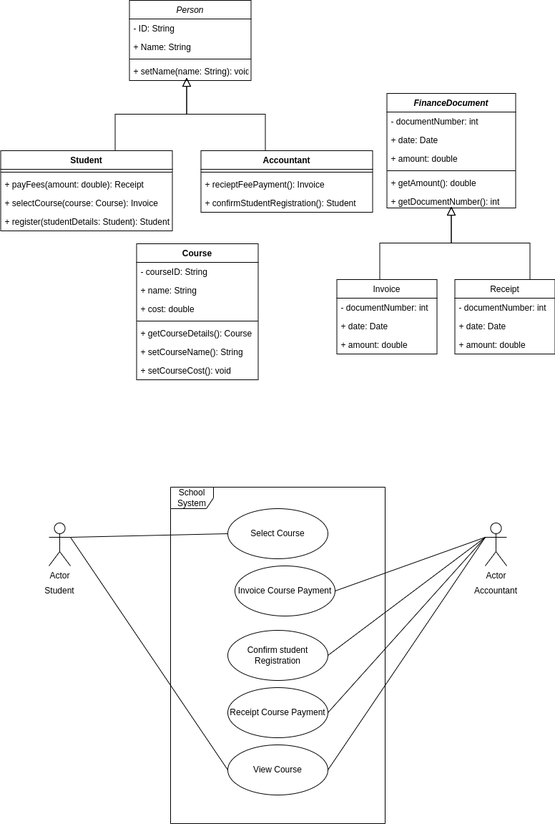
clive-cudi/mighty-recruiter-master keeps this draw.io diagram as mighty-recruiter-master/mighty-recruiter-clone/src/assets/images/CSC210_assign_2.drawio.png. Above is the earlier version. Source tidied: cells renumbered, new cells last; positions are measured from the earlier drawing's top-left corner, leaving out a move shared by most shapes.
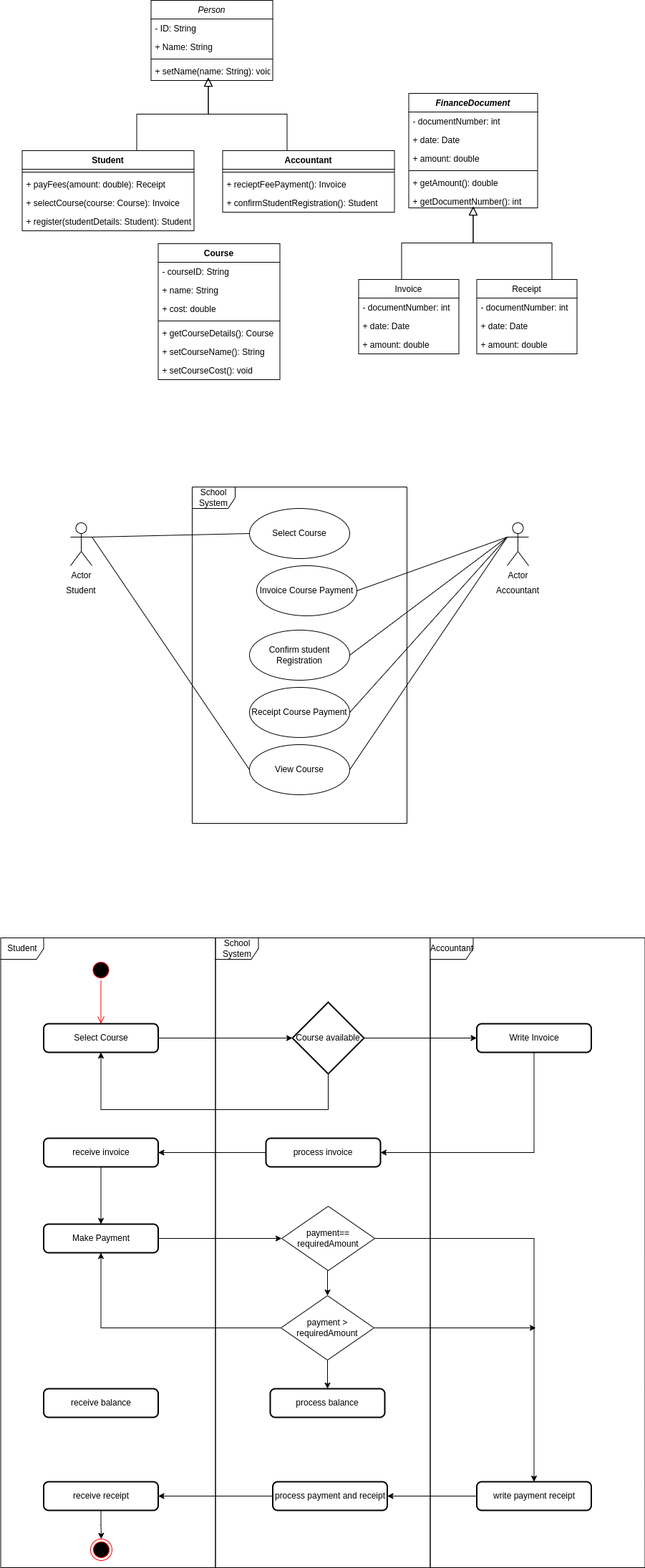
The same diagram one commit later.

Commit message:
Update CSC210_assign_2.drawio.png_activity_diagram

The edit, as a diff of the source:
```diff
@@ -185,5 +185,116 @@
         <mxPoint x="630.5" y="288" as="targetPoint" />
       </mxGeometry>
     </mxCell>
+    <mxCell id="59" value="School System" style="shape=umlFrame;whiteSpace=wrap;html=1;" parent="1" vertex="1">
+      <mxGeometry x="270.5" y="1310" width="300" height="880" as="geometry" />
+    </mxCell>
+    <mxCell id="60" value="Student" style="shape=umlFrame;whiteSpace=wrap;html=1;" parent="1" vertex="1">
+      <mxGeometry x="-29.5" y="1310" width="300" height="880" as="geometry" />
+    </mxCell>
+    <mxCell id="61" value="Accountant" style="shape=umlFrame;whiteSpace=wrap;html=1;" parent="1" vertex="1">
+      <mxGeometry x="570.5" y="1310" width="300" height="880" as="geometry" />
+    </mxCell>
+    <mxCell id="62" style="ellipse;html=1;shape=startState;fillColor=#000000;strokeColor=#ff0000;" parent="1" vertex="1">
+      <mxGeometry x="95.5" y="1340" width="30" height="30" as="geometry" />
+    </mxCell>
+    <mxCell id="63" style="edgeStyle=orthogonalEdgeStyle;html=1;verticalAlign=bottom;endArrow=open;endSize=8;strokeColor=#ff0000;rounded=0;" parent="1" edge="1" source="62">
+      <mxGeometry relative="1" as="geometry">
+        <mxPoint x="110.5" y="1430" as="targetPoint" />
+      </mxGeometry>
+    </mxCell>
+    <mxCell id="64" style="edgeStyle=orthogonalEdgeStyle;rounded=0;jettySize=auto;html=1;exitX=1;exitY=0.5;exitDx=0;exitDy=0;entryX=0;entryY=0.5;entryDx=0;entryDy=0;entryPerimeter=0;" parent="1" edge="1" source="65" target="68">
+      <mxGeometry relative="1" as="geometry" />
+    </mxCell>
+    <mxCell id="65" value="Select Course" style="rounded=1;whiteSpace=wrap;html=1;absoluteArcSize=1;arcSize=14;strokeWidth=2;" parent="1" vertex="1">
+      <mxGeometry x="30.5" y="1430" width="160" height="40" as="geometry" />
+    </mxCell>
+    <mxCell id="66" style="edgeStyle=orthogonalEdgeStyle;rounded=0;jettySize=auto;html=1;exitX=0.5;exitY=1;exitDx=0;exitDy=0;exitPerimeter=0;entryX=0.5;entryY=1;entryDx=0;entryDy=0;" parent="1" edge="1" source="68" target="65">
+      <mxGeometry relative="1" as="geometry">
+        <Array as="points">
+          <mxPoint x="428" y="1550" />
+          <mxPoint x="111" y="1550" />
+        </Array>
+      </mxGeometry>
+    </mxCell>
+    <mxCell id="67" style="edgeStyle=orthogonalEdgeStyle;rounded=0;jettySize=auto;html=1;exitX=1;exitY=0.5;exitDx=0;exitDy=0;exitPerimeter=0;entryX=0;entryY=0.5;entryDx=0;entryDy=0;" parent="1" edge="1" source="68" target="70">
+      <mxGeometry relative="1" as="geometry" />
+    </mxCell>
+    <mxCell id="68" value="Course available" style="strokeWidth=2;html=1;shape=mxgraph.flowchart.decision;whiteSpace=wrap;" parent="1" vertex="1">
+      <mxGeometry x="378" y="1400" width="100" height="100" as="geometry" />
+    </mxCell>
+    <mxCell id="69" style="edgeStyle=orthogonalEdgeStyle;rounded=0;jettySize=auto;html=1;exitX=0.5;exitY=1;exitDx=0;exitDy=0;entryX=1;entryY=0.5;entryDx=0;entryDy=0;" parent="1" edge="1" source="70" target="72">
+      <mxGeometry relative="1" as="geometry" />
+    </mxCell>
+    <mxCell id="70" value="Write Invoice" style="rounded=1;whiteSpace=wrap;html=1;absoluteArcSize=1;arcSize=14;strokeWidth=2;" parent="1" vertex="1">
+      <mxGeometry x="635.5" y="1430" width="160" height="40" as="geometry" />
+    </mxCell>
+    <mxCell id="71" style="edgeStyle=orthogonalEdgeStyle;rounded=0;jettySize=auto;html=1;exitX=0;exitY=0.5;exitDx=0;exitDy=0;entryX=1;entryY=0.5;entryDx=0;entryDy=0;" parent="1" edge="1" source="72" target="74">
+      <mxGeometry relative="1" as="geometry" />
+    </mxCell>
+    <mxCell id="72" value="process invoice" style="rounded=1;whiteSpace=wrap;html=1;absoluteArcSize=1;arcSize=14;strokeWidth=2;" parent="1" vertex="1">
+      <mxGeometry x="341" y="1590" width="160" height="40" as="geometry" />
+    </mxCell>
+    <mxCell id="73" style="edgeStyle=orthogonalEdgeStyle;rounded=0;jettySize=auto;html=1;exitX=0.5;exitY=1;exitDx=0;exitDy=0;entryX=0.5;entryY=0;entryDx=0;entryDy=0;" parent="1" edge="1" source="74" target="76">
+      <mxGeometry relative="1" as="geometry" />
+    </mxCell>
+    <mxCell id="74" value="receive invoice" style="rounded=1;whiteSpace=wrap;html=1;absoluteArcSize=1;arcSize=14;strokeWidth=2;" parent="1" vertex="1">
+      <mxGeometry x="30.5" y="1590" width="160" height="40" as="geometry" />
+    </mxCell>
+    <mxCell id="75" style="edgeStyle=orthogonalEdgeStyle;rounded=0;jettySize=auto;html=1;exitX=1;exitY=0.5;exitDx=0;exitDy=0;entryX=0;entryY=0.5;entryDx=0;entryDy=0;" parent="1" edge="1" source="76" target="80">
+      <mxGeometry relative="1" as="geometry" />
+    </mxCell>
+    <mxCell id="76" value="Make Payment" style="rounded=1;whiteSpace=wrap;html=1;absoluteArcSize=1;arcSize=14;strokeWidth=2;" parent="1" vertex="1">
+      <mxGeometry x="30.5" y="1710" width="160" height="40" as="geometry" />
+    </mxCell>
+    <mxCell id="77" value="process balance" style="rounded=1;whiteSpace=wrap;html=1;absoluteArcSize=1;arcSize=14;strokeWidth=2;" parent="1" vertex="1">
+      <mxGeometry x="347" y="1940" width="160" height="40" as="geometry" />
+    </mxCell>
+    <mxCell id="78" style="edgeStyle=orthogonalEdgeStyle;rounded=0;jettySize=auto;html=1;exitX=0.5;exitY=1;exitDx=0;exitDy=0;entryX=0.5;entryY=0;entryDx=0;entryDy=0;" parent="1" edge="1" source="80" target="84">
+      <mxGeometry relative="1" as="geometry" />
+    </mxCell>
+    <mxCell id="79" style="edgeStyle=orthogonalEdgeStyle;rounded=0;jettySize=auto;html=1;exitX=1;exitY=0.5;exitDx=0;exitDy=0;entryX=0.5;entryY=0;entryDx=0;entryDy=0;" parent="1" edge="1" source="80" target="87">
+      <mxGeometry relative="1" as="geometry" />
+    </mxCell>
+    <mxCell id="80" value="payment== requiredAmount" style="rhombus;whiteSpace=wrap;html=1;" parent="1" vertex="1">
+      <mxGeometry x="363" y="1685" width="130" height="90" as="geometry" />
+    </mxCell>
+    <mxCell id="81" style="edgeStyle=orthogonalEdgeStyle;rounded=0;jettySize=auto;html=1;exitX=0;exitY=0.5;exitDx=0;exitDy=0;entryX=0.5;entryY=1;entryDx=0;entryDy=0;" parent="1" edge="1" source="84" target="76">
+      <mxGeometry relative="1" as="geometry" />
+    </mxCell>
+    <mxCell id="82" style="edgeStyle=orthogonalEdgeStyle;rounded=0;jettySize=auto;html=1;exitX=0.5;exitY=1;exitDx=0;exitDy=0;" parent="1" edge="1" source="84" target="77">
+      <mxGeometry relative="1" as="geometry" />
+    </mxCell>
+    <mxCell id="83" style="edgeStyle=orthogonalEdgeStyle;rounded=0;jettySize=auto;html=1;exitX=1;exitY=0.5;exitDx=0;exitDy=0;" parent="1" edge="1" source="84">
+      <mxGeometry relative="1" as="geometry">
+        <mxPoint x="718" y="1855" as="targetPoint" />
+      </mxGeometry>
+    </mxCell>
+    <mxCell id="84" value="payment &amp;gt; requiredAmount" style="rhombus;whiteSpace=wrap;html=1;" parent="1" vertex="1">
+      <mxGeometry x="362" y="1810" width="130" height="90" as="geometry" />
+    </mxCell>
+    <mxCell id="85" value="receive balance" style="rounded=1;whiteSpace=wrap;html=1;absoluteArcSize=1;arcSize=14;strokeWidth=2;" parent="1" vertex="1">
+      <mxGeometry x="30.5" y="1940" width="160" height="40" as="geometry" />
+    </mxCell>
+    <mxCell id="86" style="edgeStyle=orthogonalEdgeStyle;rounded=0;jettySize=auto;html=1;exitX=0;exitY=0.5;exitDx=0;exitDy=0;entryX=1;entryY=0.5;entryDx=0;entryDy=0;" parent="1" edge="1" source="87" target="89">
+      <mxGeometry relative="1" as="geometry" />
+    </mxCell>
+    <mxCell id="87" value="write payment receipt" style="rounded=1;whiteSpace=wrap;html=1;absoluteArcSize=1;arcSize=14;strokeWidth=2;" parent="1" vertex="1">
+      <mxGeometry x="635.5" y="2070" width="160" height="40" as="geometry" />
+    </mxCell>
+    <mxCell id="88" style="edgeStyle=orthogonalEdgeStyle;rounded=0;jettySize=auto;html=1;exitX=0;exitY=0.5;exitDx=0;exitDy=0;entryX=1;entryY=0.5;entryDx=0;entryDy=0;" parent="1" edge="1" source="89" target="91">
+      <mxGeometry relative="1" as="geometry" />
+    </mxCell>
+    <mxCell id="89" value="process payment and receipt" style="rounded=1;whiteSpace=wrap;html=1;absoluteArcSize=1;arcSize=14;strokeWidth=2;" parent="1" vertex="1">
+      <mxGeometry x="350.5" y="2070" width="160" height="40" as="geometry" />
+    </mxCell>
+    <mxCell id="90" style="edgeStyle=orthogonalEdgeStyle;rounded=0;jettySize=auto;html=1;" parent="1" edge="1" source="91" target="92">
+      <mxGeometry relative="1" as="geometry" />
+    </mxCell>
+    <mxCell id="91" value="receive receipt" style="rounded=1;whiteSpace=wrap;html=1;absoluteArcSize=1;arcSize=14;strokeWidth=2;" parent="1" vertex="1">
+      <mxGeometry x="30.5" y="2070" width="160" height="40" as="geometry" />
+    </mxCell>
+    <mxCell id="92" style="ellipse;html=1;shape=endState;fillColor=#000000;strokeColor=#ff0000;" parent="1" vertex="1">
+      <mxGeometry x="96" y="2150" width="30" height="30" as="geometry" />
+    </mxCell>
   </root>
 </mxGraphModel>
```
